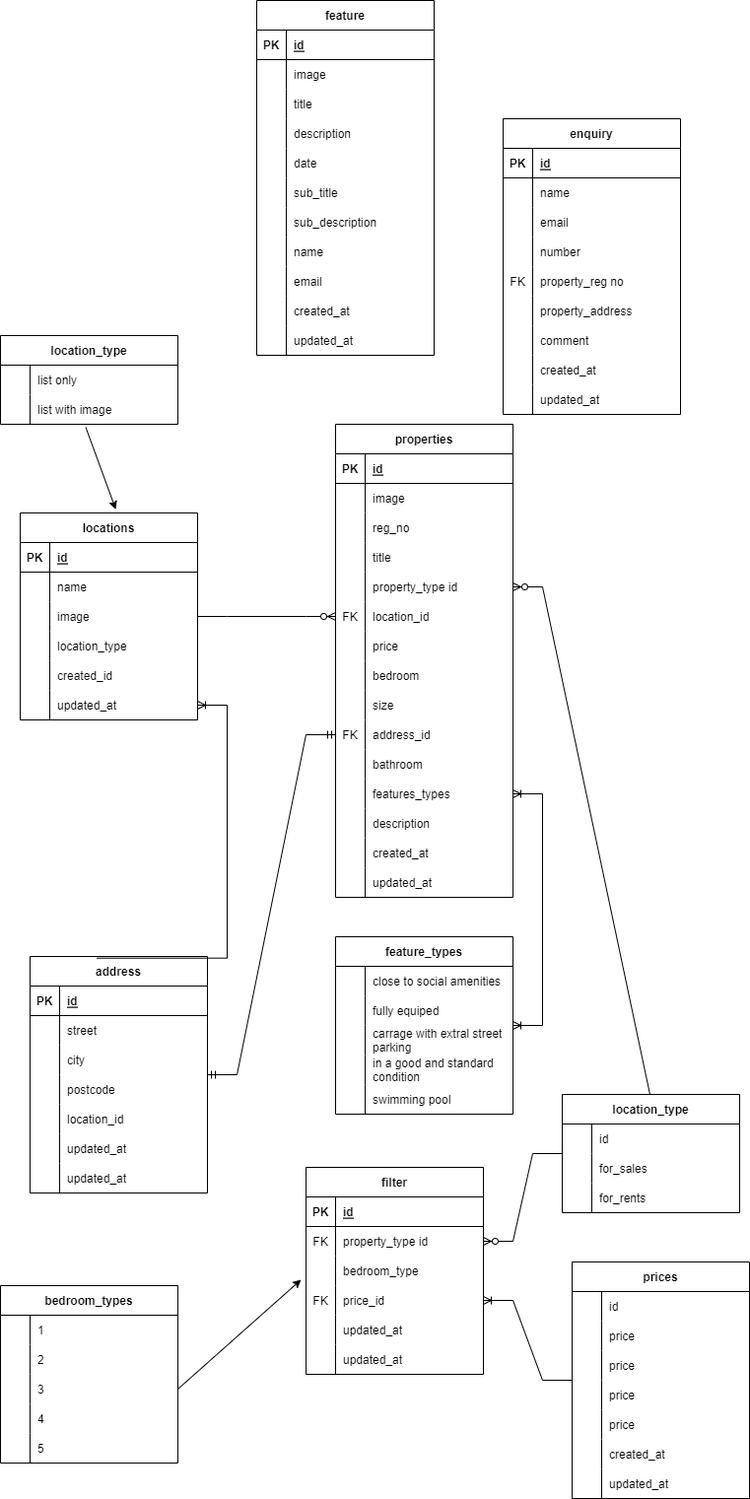
Earlier version of the draw.io export Estate database diagram.drawio.png (cullkid/text-animation). Source tidied: cells renumbered, new cells last; positions are measured from the earlier drawing's top-left corner, leaving out a move shared by most shapes.
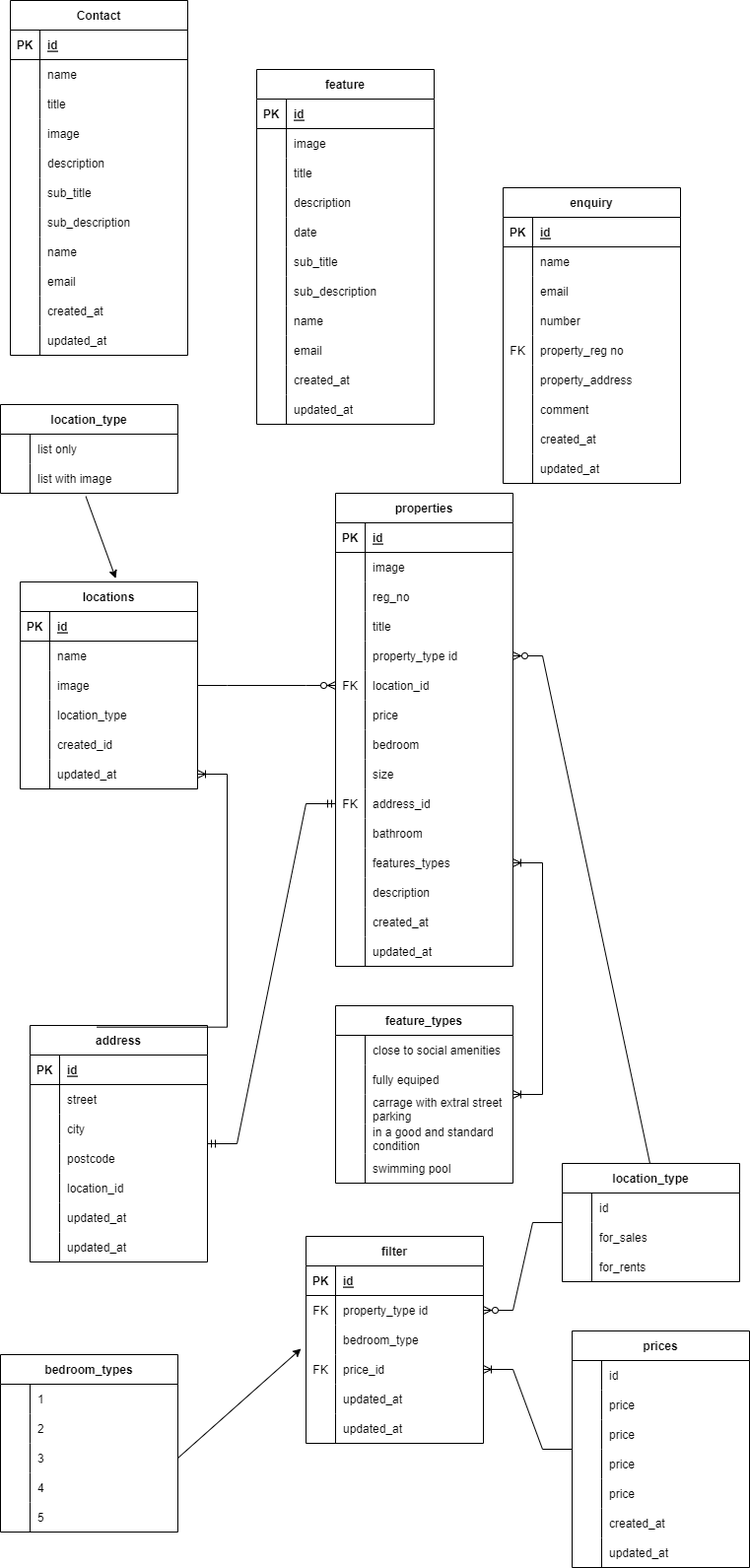
The same diagram one commit later.

Change to the diagram source:
```diff
@@ -746,5 +746,107 @@
     <mxCell id="249" style="edgeStyle=entityRelationEdgeStyle;fontSize=12;html=1;endArrow=ERoneToMany;rounded=0;" parent="1" edge="1" source="227" target="189">
       <mxGeometry relative="1" as="geometry" />
     </mxCell>
+    <mxCell id="250" value="Contact" style="shape=table;startSize=30;rowLines=0;fontStyle=1;align=center;" parent="1" vertex="1">
+      <mxGeometry x="10" y="-70" width="180" height="360" as="geometry" />
+    </mxCell>
+    <mxCell id="251" style="shape=tableRow;horizontal=0;startSize=0;swimlaneHead=0;swimlaneBody=0;fillColor=none;top=0;left=0;right=0;bottom=1;" parent="250" vertex="1">
+      <mxGeometry y="30" width="180" height="30" as="geometry" />
+    </mxCell>
+    <mxCell id="252" value="PK" style="shape=partialRectangle;fillColor=none;top=0;left=0;bottom=0;right=0;fontStyle=1;overflow=hidden;" parent="251" vertex="1">
+      <mxGeometry width="30" height="30" as="geometry" />
+    </mxCell>
+    <mxCell id="253" value="id" style="shape=partialRectangle;fillColor=none;top=0;left=0;bottom=0;right=0;align=left;spacingLeft=6;fontStyle=5;overflow=hidden;" parent="251" vertex="1">
+      <mxGeometry x="30" width="150" height="30" as="geometry" />
+    </mxCell>
+    <mxCell id="254" style="shape=tableRow;horizontal=0;startSize=0;swimlaneHead=0;swimlaneBody=0;fillColor=none;top=0;left=0;right=0;bottom=0;" parent="250" vertex="1">
+      <mxGeometry y="60" width="180" height="30" as="geometry" />
+    </mxCell>
+    <mxCell id="255" style="shape=partialRectangle;fillColor=none;top=0;left=0;bottom=0;right=0;overflow=hidden;" parent="254" vertex="1">
+      <mxGeometry width="30" height="30" as="geometry" />
+    </mxCell>
+    <mxCell id="256" value="name" style="shape=partialRectangle;fillColor=none;top=0;left=0;bottom=0;right=0;align=left;spacingLeft=6;overflow=hidden;" parent="254" vertex="1">
+      <mxGeometry x="30" width="150" height="30" as="geometry" />
+    </mxCell>
+    <mxCell id="257" style="shape=tableRow;horizontal=0;startSize=0;swimlaneHead=0;swimlaneBody=0;fillColor=none;top=0;left=0;right=0;bottom=0;" parent="250" vertex="1">
+      <mxGeometry y="90" width="180" height="30" as="geometry" />
+    </mxCell>
+    <mxCell id="258" style="shape=partialRectangle;fillColor=none;top=0;left=0;bottom=0;right=0;overflow=hidden;" parent="257" vertex="1">
+      <mxGeometry width="30" height="30" as="geometry" />
+    </mxCell>
+    <mxCell id="259" value="title" style="shape=partialRectangle;fillColor=none;top=0;left=0;bottom=0;right=0;align=left;spacingLeft=6;overflow=hidden;" parent="257" vertex="1">
+      <mxGeometry x="30" width="150" height="30" as="geometry" />
+    </mxCell>
+    <mxCell id="260" style="shape=tableRow;horizontal=0;startSize=0;swimlaneHead=0;swimlaneBody=0;fillColor=none;top=0;left=0;right=0;bottom=0;" parent="250" vertex="1">
+      <mxGeometry y="120" width="180" height="30" as="geometry" />
+    </mxCell>
+    <mxCell id="261" style="shape=partialRectangle;fillColor=none;top=0;left=0;bottom=0;right=0;overflow=hidden;" parent="260" vertex="1">
+      <mxGeometry width="30" height="30" as="geometry" />
+    </mxCell>
+    <mxCell id="262" value="image" style="shape=partialRectangle;fillColor=none;top=0;left=0;bottom=0;right=0;align=left;spacingLeft=6;overflow=hidden;" parent="260" vertex="1">
+      <mxGeometry x="30" width="150" height="30" as="geometry" />
+    </mxCell>
+    <mxCell id="263" style="shape=tableRow;horizontal=0;startSize=0;swimlaneHead=0;swimlaneBody=0;fillColor=none;top=0;left=0;right=0;bottom=0;" parent="250" vertex="1">
+      <mxGeometry y="150" width="180" height="30" as="geometry" />
+    </mxCell>
+    <mxCell id="264" style="shape=partialRectangle;fillColor=none;top=0;left=0;bottom=0;right=0;overflow=hidden;" parent="263" vertex="1">
+      <mxGeometry width="30" height="30" as="geometry" />
+    </mxCell>
+    <mxCell id="265" value="description" style="shape=partialRectangle;fillColor=none;top=0;left=0;bottom=0;right=0;align=left;spacingLeft=6;overflow=hidden;" parent="263" vertex="1">
+      <mxGeometry x="30" width="150" height="30" as="geometry" />
+    </mxCell>
+    <mxCell id="266" style="shape=tableRow;horizontal=0;startSize=0;swimlaneHead=0;swimlaneBody=0;fillColor=none;top=0;left=0;right=0;bottom=0;" parent="250" vertex="1">
+      <mxGeometry y="180" width="180" height="30" as="geometry" />
+    </mxCell>
+    <mxCell id="267" style="shape=partialRectangle;fillColor=none;top=0;left=0;bottom=0;right=0;overflow=hidden;" parent="266" vertex="1">
+      <mxGeometry width="30" height="30" as="geometry" />
+    </mxCell>
+    <mxCell id="268" value="sub_title" style="shape=partialRectangle;fillColor=none;top=0;left=0;bottom=0;right=0;align=left;spacingLeft=6;overflow=hidden;" parent="266" vertex="1">
+      <mxGeometry x="30" width="150" height="30" as="geometry" />
+    </mxCell>
+    <mxCell id="269" style="shape=tableRow;horizontal=0;startSize=0;swimlaneHead=0;swimlaneBody=0;fillColor=none;top=0;left=0;right=0;bottom=0;" parent="250" vertex="1">
+      <mxGeometry y="210" width="180" height="30" as="geometry" />
+    </mxCell>
+    <mxCell id="270" style="shape=partialRectangle;fillColor=none;top=0;left=0;bottom=0;right=0;overflow=hidden;" parent="269" vertex="1">
+      <mxGeometry width="30" height="30" as="geometry" />
+    </mxCell>
+    <mxCell id="271" value="sub_description" style="shape=partialRectangle;fillColor=none;top=0;left=0;bottom=0;right=0;align=left;spacingLeft=6;overflow=hidden;" parent="269" vertex="1">
+      <mxGeometry x="30" width="150" height="30" as="geometry" />
+    </mxCell>
+    <mxCell id="272" style="shape=tableRow;horizontal=0;startSize=0;swimlaneHead=0;swimlaneBody=0;fillColor=none;top=0;left=0;right=0;bottom=0;" parent="250" vertex="1">
+      <mxGeometry y="240" width="180" height="30" as="geometry" />
+    </mxCell>
+    <mxCell id="273" style="shape=partialRectangle;fillColor=none;top=0;left=0;bottom=0;right=0;overflow=hidden;" parent="272" vertex="1">
+      <mxGeometry width="30" height="30" as="geometry" />
+    </mxCell>
+    <mxCell id="274" value="name" style="shape=partialRectangle;fillColor=none;top=0;left=0;bottom=0;right=0;align=left;spacingLeft=6;overflow=hidden;" parent="272" vertex="1">
+      <mxGeometry x="30" width="150" height="30" as="geometry" />
+    </mxCell>
+    <mxCell id="275" style="shape=tableRow;horizontal=0;startSize=0;swimlaneHead=0;swimlaneBody=0;fillColor=none;top=0;left=0;right=0;bottom=0;" parent="250" vertex="1">
+      <mxGeometry y="270" width="180" height="30" as="geometry" />
+    </mxCell>
+    <mxCell id="276" style="shape=partialRectangle;fillColor=none;top=0;left=0;bottom=0;right=0;overflow=hidden;" parent="275" vertex="1">
+      <mxGeometry width="30" height="30" as="geometry" />
+    </mxCell>
+    <mxCell id="277" value="email" style="shape=partialRectangle;fillColor=none;top=0;left=0;bottom=0;right=0;align=left;spacingLeft=6;overflow=hidden;" parent="275" vertex="1">
+      <mxGeometry x="30" width="150" height="30" as="geometry" />
+    </mxCell>
+    <mxCell id="278" style="shape=tableRow;horizontal=0;startSize=0;swimlaneHead=0;swimlaneBody=0;fillColor=none;top=0;left=0;right=0;bottom=0;" parent="250" vertex="1">
+      <mxGeometry y="300" width="180" height="30" as="geometry" />
+    </mxCell>
+    <mxCell id="279" style="shape=partialRectangle;fillColor=none;top=0;left=0;bottom=0;right=0;overflow=hidden;" parent="278" vertex="1">
+      <mxGeometry width="30" height="30" as="geometry" />
+    </mxCell>
+    <mxCell id="280" value="created_at" style="shape=partialRectangle;fillColor=none;top=0;left=0;bottom=0;right=0;align=left;spacingLeft=6;overflow=hidden;" parent="278" vertex="1">
+      <mxGeometry x="30" width="150" height="30" as="geometry" />
+    </mxCell>
+    <mxCell id="281" style="shape=tableRow;horizontal=0;startSize=0;swimlaneHead=0;swimlaneBody=0;fillColor=none;top=0;left=0;right=0;bottom=0;" parent="250" vertex="1">
+      <mxGeometry y="330" width="180" height="30" as="geometry" />
+    </mxCell>
+    <mxCell id="282" style="shape=partialRectangle;fillColor=none;top=0;left=0;bottom=0;right=0;overflow=hidden;" parent="281" vertex="1">
+      <mxGeometry width="30" height="30" as="geometry" />
+    </mxCell>
+    <mxCell id="283" value="updated_at" style="shape=partialRectangle;fillColor=none;top=0;left=0;bottom=0;right=0;align=left;spacingLeft=6;overflow=hidden;" parent="281" vertex="1">
+      <mxGeometry x="30" width="150" height="30" as="geometry" />
+    </mxCell>
   </root>
 </mxGraphModel>
```
